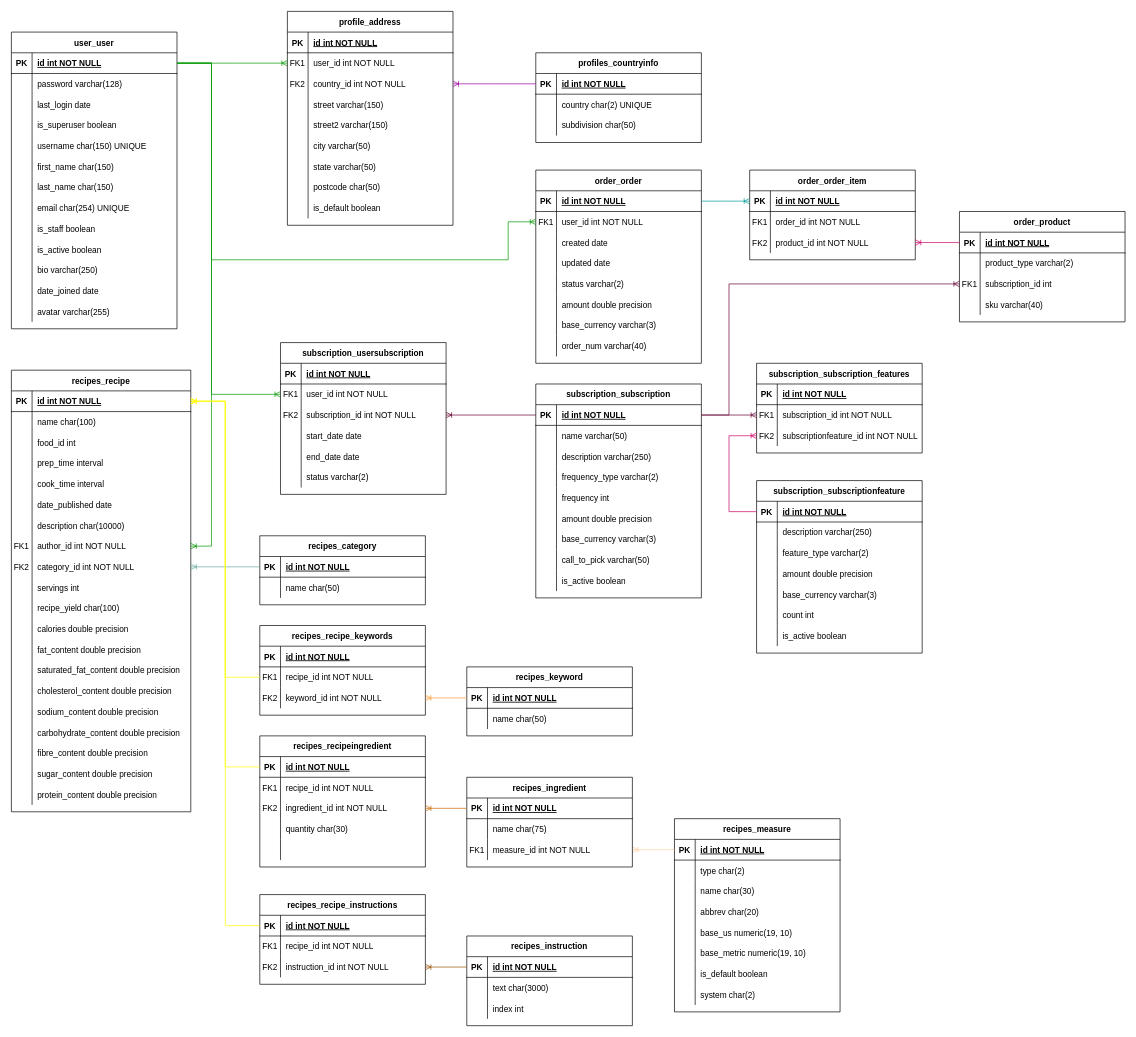
Before: page "database-schema" (1 of 17) of doc/design/recipes-n-stuff.drawio in ibuttimer/recipes-n-stuff, a draw.io diagram. Source tidied: cells renumbered, new cells numbered last; positions are measured from the earlier drawing's top-left corner, leaving out a move shared by most shapes. Both pictures are drawn from the tidied source at 69%, with x=0, y=0 at pixel (11, 11).
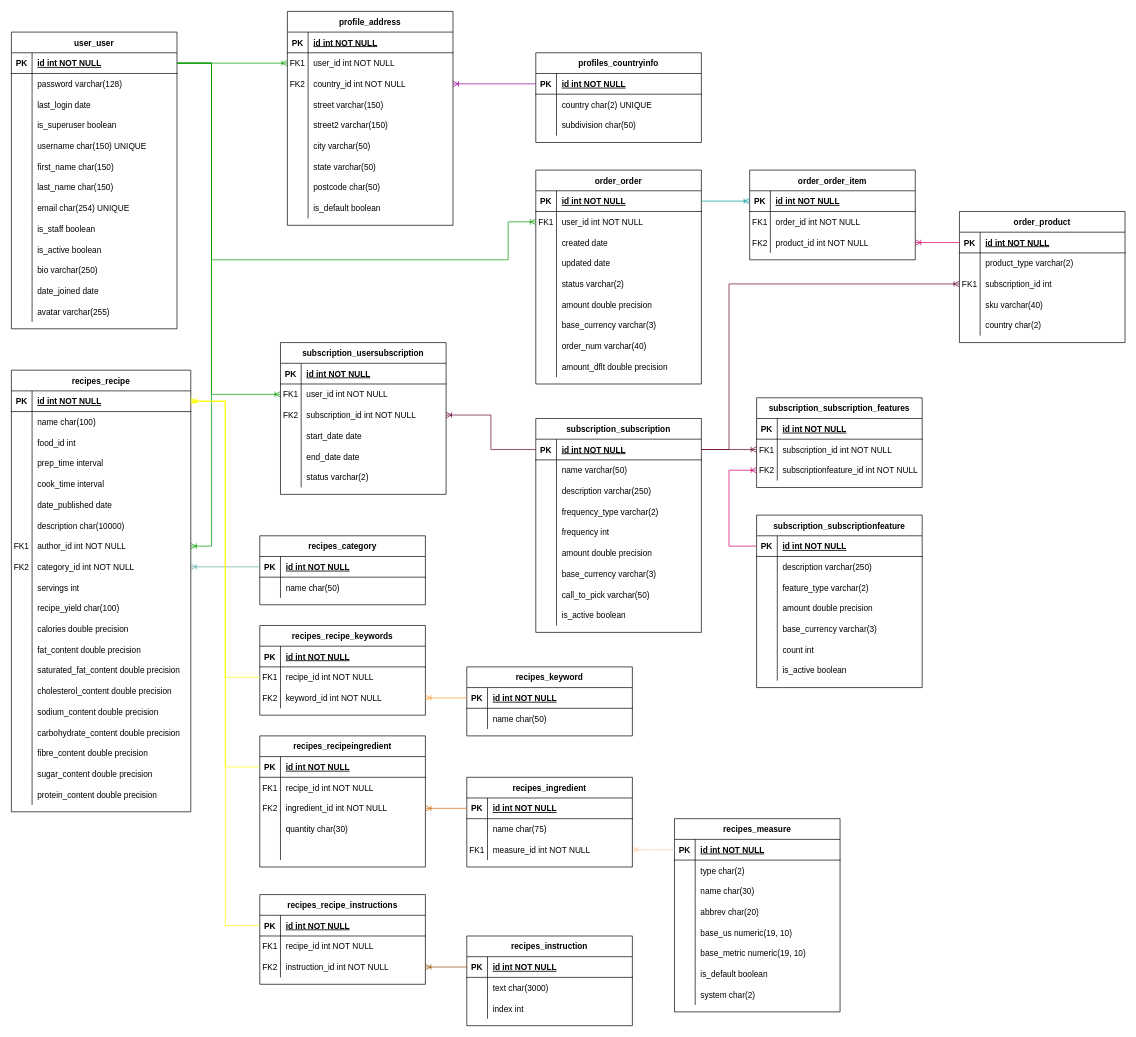
The same page after the edit.

The edit, as a diff of the source:
```diff
@@
     <mxCell id="248" value="subscription_subscription" style="shape=table;startSize=30;childLayout=tableLayout;rowLines=0;fontStyle=1;align=center;" parent="1" vertex="1">
-      <mxGeometry x="760" y="540" width="240" height="310" as="geometry" />
+      <mxGeometry x="760" y="590" width="240" height="310" as="geometry" />
     </mxCell>
@@
     <mxCell id="295" value="subscription_subscriptionfeature" style="shape=table;startSize=30;childLayout=tableLayout;rowLines=0;fontStyle=1;align=center;" parent="1" vertex="1">
-      <mxGeometry x="1080" y="680" width="240" height="250" as="geometry" />
+      <mxGeometry x="1080" y="730" width="240" height="250" as="geometry" />
     </mxCell>
@@
     <mxCell id="317" value="subscription_subscription_features" style="shape=table;startSize=30;childLayout=tableLayout;rowLines=0;fontStyle=1;align=center;" parent="1" vertex="1">
-      <mxGeometry x="1080" y="510" width="240" height="130" as="geometry" />
+      <mxGeometry x="1080" y="560" width="240" height="130" as="geometry" />
     </mxCell>
@@
     <mxCell id="331" value="order_order" style="shape=table;startSize=30;childLayout=tableLayout;rowLines=0;fontStyle=1;align=center;" parent="1" vertex="1">
-      <mxGeometry x="760" y="230" width="240" height="280" as="geometry" />
+      <mxGeometry x="760" y="230" width="240" height="310" as="geometry" />
     </mxCell>
@@
+    <mxCell id="383" style="shape=partialRectangle;fillColor=none;top=0;left=0;right=0;bottom=0;" parent="331" vertex="1">
+      <mxGeometry y="270" width="240" height="30" as="geometry" />
+    </mxCell>
+    <mxCell id="384" style="shape=partialRectangle;overflow=hidden;fillColor=none;top=0;left=0;bottom=0;right=0;" parent="383" vertex="1">
+      <mxGeometry width="30" height="30" as="geometry" />
+    </mxCell>
+    <mxCell id="385" value="amount_dflt double precision" style="shape=partialRectangle;overflow=hidden;fillColor=none;top=0;left=0;bottom=0;right=0;align=left;spacingLeft=6;" parent="383" vertex="1">
+      <mxGeometry x="30" width="210" height="30" as="geometry" />
+    </mxCell>
@@
     <mxCell id="368" value="order_product" style="shape=table;startSize=30;childLayout=tableLayout;rowLines=0;fontStyle=1;align=center;" parent="1" vertex="1">
-      <mxGeometry x="1374" y="290" width="240" height="160" as="geometry" />
+      <mxGeometry x="1374" y="290" width="240" height="190" as="geometry" />
     </mxCell>
@@
+    <mxCell id="386" style="shape=partialRectangle;fillColor=none;top=0;left=0;right=0;bottom=0;" parent="368" vertex="1">
+      <mxGeometry y="150" width="240" height="30" as="geometry" />
+    </mxCell>
+    <mxCell id="387" style="shape=partialRectangle;overflow=hidden;fillColor=none;top=0;left=0;bottom=0;right=0;" parent="386" vertex="1">
+      <mxGeometry width="30" height="30" as="geometry" />
+    </mxCell>
+    <mxCell id="388" value="country char(2)" style="shape=partialRectangle;overflow=hidden;fillColor=none;top=0;left=0;bottom=0;right=0;align=left;spacingLeft=6;" parent="386" vertex="1">
+      <mxGeometry x="30" width="210" height="30" as="geometry" />
+    </mxCell>
```
